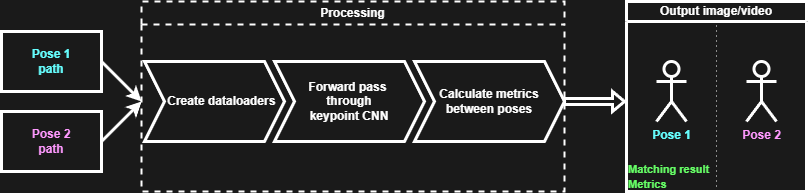
Before: examples/images/arch.png, a diagram exported from draw.io (ScReameer/Poses-similarity). Source tidied: cells renumbered, new cells last; positions are measured from the earlier drawing's top-left corner, leaving out a move shared by most shapes. Source of this version:
```xml
<mxGraphModel background="#1A1A1A">
  <root>
    <mxCell id="0" />
    <mxCell id="1" parent="0" />
    <mxCell id="2" style="edgeStyle=none;html=1;exitX=1;exitY=0.5;exitDx=0;exitDy=0;strokeWidth=3;rounded=0;strokeColor=#FFFFFF;" parent="1" edge="1" source="3">
      <mxGeometry relative="1" as="geometry">
        <mxPoint x="140" y="100" as="targetPoint" />
      </mxGeometry>
    </mxCell>
    <mxCell id="3" value="&lt;font color=&quot;#66ffff&quot;&gt;&lt;b&gt;Pose 1&lt;br&gt;path&lt;/b&gt;&lt;/font&gt;" style="rounded=0;whiteSpace=wrap;html=1;strokeWidth=3;fillColor=none;strokeColor=#FFFFFF;" parent="1" vertex="1">
      <mxGeometry y="30" width="100" height="60" as="geometry" />
    </mxCell>
    <mxCell id="4" style="edgeStyle=none;html=1;exitX=1;exitY=0.5;exitDx=0;exitDy=0;strokeWidth=3;rounded=0;strokeColor=#FFFFFF;" parent="1" edge="1" source="5">
      <mxGeometry relative="1" as="geometry">
        <mxPoint x="140" y="100" as="targetPoint" />
      </mxGeometry>
    </mxCell>
    <mxCell id="5" value="&lt;font color=&quot;#ff99ff&quot;&gt;&lt;b&gt;Pose 2&lt;br&gt;path&lt;/b&gt;&lt;/font&gt;" style="rounded=0;whiteSpace=wrap;html=1;strokeWidth=3;fillColor=none;strokeColor=#FFFFFF;" parent="1" vertex="1">
      <mxGeometry y="110" width="100" height="60" as="geometry" />
    </mxCell>
    <mxCell id="6" value="&lt;font color=&quot;#ffffff&quot;&gt;Processing&lt;/font&gt;" style="swimlane;whiteSpace=wrap;html=1;strokeColor=#FFFFFF;strokeWidth=2;fillColor=none;rounded=0;dashed=1;" parent="1" vertex="1">
      <mxGeometry x="140" width="423" height="190" as="geometry" />
    </mxCell>
    <mxCell id="7" value="&lt;b&gt;&lt;font color=&quot;#ffffff&quot;&gt;Create dataloaders&amp;nbsp;&amp;nbsp;&lt;/font&gt;&lt;/b&gt;" style="shape=step;perimeter=stepPerimeter;whiteSpace=wrap;html=1;fixedSize=1;align=right;horizontal=1;verticalAlign=middle;fillColor=none;strokeWidth=3;rounded=0;strokeColor=#FFFFFF;" parent="6" vertex="1">
      <mxGeometry x="3" y="60" width="140" height="80" as="geometry" />
    </mxCell>
    <mxCell id="8" value="&lt;div style=&quot;&quot;&gt;&lt;span style=&quot;background-color: initial;&quot;&gt;&lt;b&gt;&lt;font color=&quot;#ffffff&quot;&gt;Forward pass&amp;nbsp;&lt;/font&gt;&lt;/b&gt;&lt;/span&gt;&lt;/div&gt;&lt;div style=&quot;&quot;&gt;&lt;span style=&quot;background-color: initial;&quot;&gt;&lt;b&gt;&lt;font color=&quot;#ffffff&quot;&gt;through&lt;/font&gt;&lt;/b&gt;&lt;/span&gt;&lt;/div&gt;&lt;div style=&quot;&quot;&gt;&lt;b style=&quot;background-color: initial;&quot;&gt;&lt;font color=&quot;#ffffff&quot;&gt;keypoint CNN&lt;/font&gt;&lt;/b&gt;&lt;/div&gt;" style="shape=step;perimeter=stepPerimeter;whiteSpace=wrap;html=1;fixedSize=1;align=center;horizontal=1;verticalAlign=middle;strokeWidth=3;fillColor=none;rounded=0;strokeColor=#FFFFFF;" parent="6" vertex="1">
      <mxGeometry x="133" y="60" width="150" height="80" as="geometry" />
    </mxCell>
    <mxCell id="9" value="&lt;div style=&quot;&quot;&gt;&lt;b&gt;&lt;font color=&quot;#ffffff&quot;&gt;Calculate metrics&lt;/font&gt;&lt;/b&gt;&lt;/div&gt;&lt;div style=&quot;&quot;&gt;&lt;b&gt;&lt;font color=&quot;#ffffff&quot;&gt;between poses&lt;/font&gt;&lt;/b&gt;&lt;/div&gt;" style="shape=step;perimeter=stepPerimeter;whiteSpace=wrap;html=1;fixedSize=1;align=center;horizontal=1;verticalAlign=middle;strokeWidth=3;fillColor=none;rounded=0;strokeColor=#FFFFFF;" parent="6" vertex="1">
      <mxGeometry x="273" y="60" width="150" height="80" as="geometry" />
    </mxCell>
    <mxCell id="10" value="&lt;font color=&quot;#ffffff&quot;&gt;Output image/video&lt;/font&gt;" style="swimlane;whiteSpace=wrap;html=1;startSize=20;strokeWidth=3;fillColor=none;rounded=0;strokeColor=#FFFFFF;" parent="1" vertex="1">
      <mxGeometry x="625" width="180" height="190" as="geometry" />
    </mxCell>
    <mxCell id="11" value="&lt;b&gt;Pose 1&lt;/b&gt;" style="shape=umlActor;verticalLabelPosition=bottom;verticalAlign=top;html=1;fontColor=#66FFFF;strokeWidth=3;fillColor=none;rounded=0;strokeColor=#FFFFFF;" parent="10" vertex="1">
      <mxGeometry x="30" y="60" width="30" height="60" as="geometry" />
    </mxCell>
    <mxCell id="12" value="&lt;b&gt;Pose 2&lt;/b&gt;" style="shape=umlActor;verticalLabelPosition=bottom;verticalAlign=top;html=1;fontColor=#FF99FF;strokeWidth=3;fillColor=none;rounded=0;strokeColor=#FFFFFF;" parent="10" vertex="1">
      <mxGeometry x="120" y="60" width="30" height="60" as="geometry" />
    </mxCell>
    <mxCell id="13" value="&lt;b style=&quot;font-size: 11px;&quot;&gt;Matching result&lt;br&gt;Metrics&lt;/b&gt;" style="text;html=1;strokeColor=none;fillColor=none;align=left;verticalAlign=middle;whiteSpace=wrap;rounded=0;fontColor=#66FF66;" parent="10" vertex="1">
      <mxGeometry y="160" width="110" height="30" as="geometry" />
    </mxCell>
    <mxCell id="14" style="endArrow=none;html=1;fontColor=#FF99FF;rounded=0;dashed=1;dashPattern=1 4;strokeColor=#FFFFFF;" parent="10" edge="1">
      <mxGeometry relative="1" as="geometry">
        <mxPoint x="90" y="190" as="sourcePoint" />
        <mxPoint x="90" y="20" as="targetPoint" />
        <Array as="points">
          <mxPoint x="90" y="100" />
        </Array>
      </mxGeometry>
    </mxCell>
    <mxCell id="15" style="shape=singleArrow;whiteSpace=wrap;html=1;fontColor=#FF99FF;strokeWidth=3;fillColor=none;rounded=0;strokeColor=#FFFFFF;" parent="1" vertex="1">
      <mxGeometry x="563" y="90" width="60" height="20" as="geometry" />
    </mxCell>
  </root>
</mxGraphModel>
```
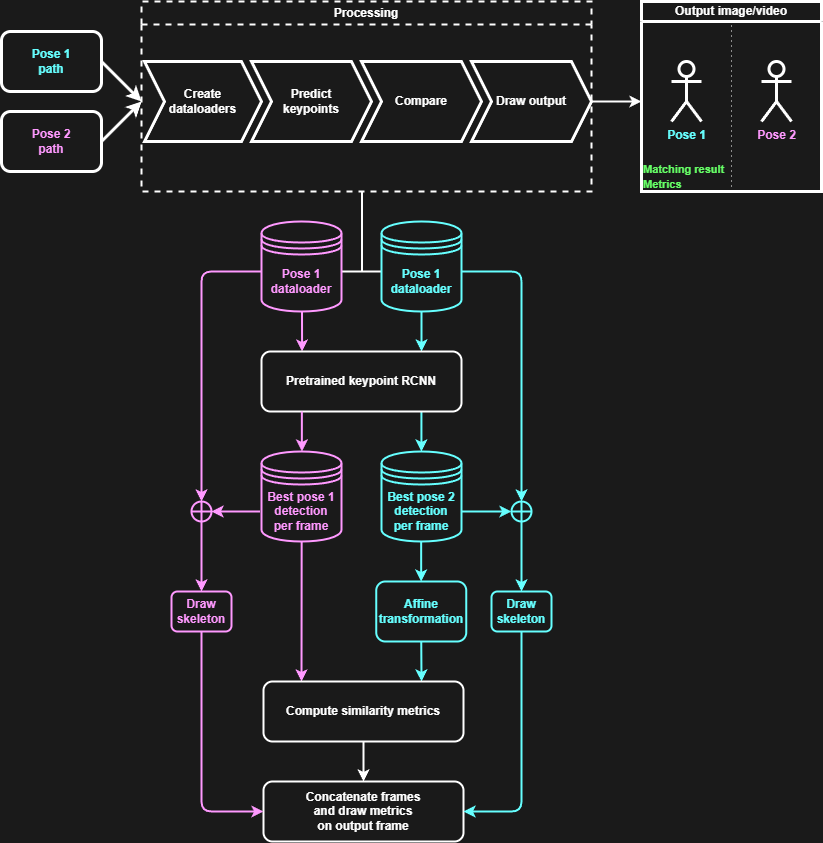
Later version of the same file.

Commit message:
changed architecture img

Change to the diagram source:
```diff
@@ -7,7 +7,7 @@
         <mxPoint x="140" y="100" as="targetPoint" />
       </mxGeometry>
     </mxCell>
-    <mxCell id="3" value="&lt;font color=&quot;#66ffff&quot;&gt;&lt;b&gt;Pose 1&lt;br&gt;path&lt;/b&gt;&lt;/font&gt;" style="rounded=0;whiteSpace=wrap;html=1;strokeWidth=3;fillColor=none;strokeColor=#FFFFFF;" parent="1" vertex="1">
+    <mxCell id="3" value="&lt;font color=&quot;#66ffff&quot;&gt;&lt;b&gt;Pose 1&lt;br&gt;path&lt;/b&gt;&lt;/font&gt;" style="rounded=1;whiteSpace=wrap;html=1;strokeWidth=3;fillColor=none;strokeColor=#FFFFFF;glass=0;" parent="1" vertex="1">
       <mxGeometry y="30" width="100" height="60" as="geometry" />
     </mxCell>
     <mxCell id="4" style="edgeStyle=none;html=1;exitX=1;exitY=0.5;exitDx=0;exitDy=0;strokeWidth=3;rounded=0;strokeColor=#FFFFFF;" parent="1" edge="1" source="5">
@@ -15,23 +15,26 @@
         <mxPoint x="140" y="100" as="targetPoint" />
       </mxGeometry>
     </mxCell>
-    <mxCell id="5" value="&lt;font color=&quot;#ff99ff&quot;&gt;&lt;b&gt;Pose 2&lt;br&gt;path&lt;/b&gt;&lt;/font&gt;" style="rounded=0;whiteSpace=wrap;html=1;strokeWidth=3;fillColor=none;strokeColor=#FFFFFF;" parent="1" vertex="1">
+    <mxCell id="5" value="&lt;font color=&quot;#ff99ff&quot;&gt;&lt;b&gt;Pose 2&lt;br&gt;path&lt;/b&gt;&lt;/font&gt;" style="rounded=1;whiteSpace=wrap;html=1;strokeWidth=3;fillColor=none;strokeColor=#FFFFFF;" parent="1" vertex="1">
       <mxGeometry y="110" width="100" height="60" as="geometry" />
     </mxCell>
     <mxCell id="6" value="&lt;font color=&quot;#ffffff&quot;&gt;Processing&lt;/font&gt;" style="swimlane;whiteSpace=wrap;html=1;strokeColor=#FFFFFF;strokeWidth=2;fillColor=none;rounded=0;dashed=1;" parent="1" vertex="1">
-      <mxGeometry x="140" width="423" height="190" as="geometry" />
+      <mxGeometry x="140" width="450" height="190" as="geometry" />
     </mxCell>
-    <mxCell id="7" value="&lt;b&gt;&lt;font color=&quot;#ffffff&quot;&gt;Create dataloaders&amp;nbsp;&amp;nbsp;&lt;/font&gt;&lt;/b&gt;" style="shape=step;perimeter=stepPerimeter;whiteSpace=wrap;html=1;fixedSize=1;align=right;horizontal=1;verticalAlign=middle;fillColor=none;strokeWidth=3;rounded=0;strokeColor=#FFFFFF;" parent="6" vertex="1">
-      <mxGeometry x="3" y="60" width="140" height="80" as="geometry" />
+    <mxCell id="7" value="&lt;b&gt;&lt;font color=&quot;#ffffff&quot;&gt;Create&lt;br&gt;dataloaders&lt;/font&gt;&lt;/b&gt;" style="shape=step;perimeter=stepPerimeter;whiteSpace=wrap;html=1;fixedSize=1;align=center;horizontal=1;verticalAlign=middle;fillColor=none;strokeWidth=3;rounded=0;strokeColor=#FFFFFF;" parent="6" vertex="1">
+      <mxGeometry x="3" y="60" width="117" height="80" as="geometry" />
     </mxCell>
-    <mxCell id="8" value="&lt;div style=&quot;&quot;&gt;&lt;span style=&quot;background-color: initial;&quot;&gt;&lt;b&gt;&lt;font color=&quot;#ffffff&quot;&gt;Forward pass&amp;nbsp;&lt;/font&gt;&lt;/b&gt;&lt;/span&gt;&lt;/div&gt;&lt;div style=&quot;&quot;&gt;&lt;span style=&quot;background-color: initial;&quot;&gt;&lt;b&gt;&lt;font color=&quot;#ffffff&quot;&gt;through&lt;/font&gt;&lt;/b&gt;&lt;/span&gt;&lt;/div&gt;&lt;div style=&quot;&quot;&gt;&lt;b style=&quot;background-color: initial;&quot;&gt;&lt;font color=&quot;#ffffff&quot;&gt;keypoint CNN&lt;/font&gt;&lt;/b&gt;&lt;/div&gt;" style="shape=step;perimeter=stepPerimeter;whiteSpace=wrap;html=1;fixedSize=1;align=center;horizontal=1;verticalAlign=middle;strokeWidth=3;fillColor=none;rounded=0;strokeColor=#FFFFFF;" parent="6" vertex="1">
-      <mxGeometry x="133" y="60" width="150" height="80" as="geometry" />
+    <mxCell id="8" value="&lt;div style=&quot;&quot;&gt;&lt;font color=&quot;#ffffff&quot;&gt;&lt;b&gt;Predict&lt;/b&gt;&lt;/font&gt;&lt;/div&gt;&lt;div style=&quot;&quot;&gt;&lt;font color=&quot;#ffffff&quot;&gt;&lt;b&gt;keypoints&lt;/b&gt;&lt;/font&gt;&lt;/div&gt;" style="shape=step;perimeter=stepPerimeter;whiteSpace=wrap;html=1;fixedSize=1;align=center;horizontal=1;verticalAlign=middle;strokeWidth=3;fillColor=none;rounded=0;strokeColor=#FFFFFF;" parent="6" vertex="1">
+      <mxGeometry x="110" y="60" width="120" height="80" as="geometry" />
     </mxCell>
-    <mxCell id="9" value="&lt;div style=&quot;&quot;&gt;&lt;b&gt;&lt;font color=&quot;#ffffff&quot;&gt;Calculate metrics&lt;/font&gt;&lt;/b&gt;&lt;/div&gt;&lt;div style=&quot;&quot;&gt;&lt;b&gt;&lt;font color=&quot;#ffffff&quot;&gt;between poses&lt;/font&gt;&lt;/b&gt;&lt;/div&gt;" style="shape=step;perimeter=stepPerimeter;whiteSpace=wrap;html=1;fixedSize=1;align=center;horizontal=1;verticalAlign=middle;strokeWidth=3;fillColor=none;rounded=0;strokeColor=#FFFFFF;" parent="6" vertex="1">
-      <mxGeometry x="273" y="60" width="150" height="80" as="geometry" />
+    <mxCell id="9" value="&lt;div style=&quot;&quot;&gt;&lt;font color=&quot;#ffffff&quot;&gt;&lt;b&gt;Compare&lt;/b&gt;&lt;/font&gt;&lt;/div&gt;" style="shape=step;perimeter=stepPerimeter;whiteSpace=wrap;html=1;fixedSize=1;align=center;horizontal=1;verticalAlign=middle;strokeWidth=3;fillColor=none;rounded=0;strokeColor=#FFFFFF;" parent="6" vertex="1">
+      <mxGeometry x="220" y="60" width="120" height="80" as="geometry" />
     </mxCell>
+    <mxCell id="16" value="&lt;div style=&quot;&quot;&gt;&lt;font color=&quot;#ffffff&quot;&gt;&lt;b&gt;Draw output&lt;/b&gt;&lt;/font&gt;&lt;/div&gt;" style="shape=step;perimeter=stepPerimeter;whiteSpace=wrap;html=1;fixedSize=1;align=center;horizontal=1;verticalAlign=middle;strokeWidth=3;fillColor=none;rounded=0;strokeColor=#FFFFFF;" parent="6" vertex="1">
+      <mxGeometry x="330" y="60" width="120" height="80" as="geometry" />
+    </mxCell>
     <mxCell id="10" value="&lt;font color=&quot;#ffffff&quot;&gt;Output image/video&lt;/font&gt;" style="swimlane;whiteSpace=wrap;html=1;startSize=20;strokeWidth=3;fillColor=none;rounded=0;strokeColor=#FFFFFF;" parent="1" vertex="1">
-      <mxGeometry x="625" width="180" height="190" as="geometry" />
+      <mxGeometry x="640" width="180" height="190" as="geometry" />
     </mxCell>
     <mxCell id="11" value="&lt;b&gt;Pose 1&lt;/b&gt;" style="shape=umlActor;verticalLabelPosition=bottom;verticalAlign=top;html=1;fontColor=#66FFFF;strokeWidth=3;fillColor=none;rounded=0;strokeColor=#FFFFFF;" parent="10" vertex="1">
       <mxGeometry x="30" y="60" width="30" height="60" as="geometry" />
@@ -51,8 +54,142 @@
         </Array>
       </mxGeometry>
     </mxCell>
-    <mxCell id="15" style="shape=singleArrow;whiteSpace=wrap;html=1;fontColor=#FF99FF;strokeWidth=3;fillColor=none;rounded=0;strokeColor=#FFFFFF;" parent="1" vertex="1">
-      <mxGeometry x="563" y="90" width="60" height="20" as="geometry" />
-    </mxCell>
+    <mxCell id="17" style="line;strokeWidth=2;direction=south;html=1;fillColor=none;strokeColor=#FFFFFF;" parent="1" vertex="1">
+      <mxGeometry x="355.5" y="190" width="10" height="80" as="geometry" />
+    </mxCell>
+    <mxCell id="18" style="edgeStyle=none;html=1;exitX=0.5;exitY=1;exitDx=0;exitDy=0;exitPerimeter=0;strokeColor=#FF99FF;fontColor=#FF99FF;endArrow=classic;endFill=1;strokeWidth=2;" parent="1" edge="1">
+      <mxGeometry relative="1" as="geometry">
+        <mxPoint x="300.5" y="310" as="sourcePoint" />
+        <mxPoint x="300.6" y="350" as="targetPoint" />
+      </mxGeometry>
+    </mxCell>
+    <mxCell id="19" style="edgeStyle=none;html=1;exitX=0.5;exitY=1;exitDx=0;exitDy=0;exitPerimeter=0;strokeColor=#66FFFF;fontColor=#FF99FF;endArrow=classic;endFill=1;strokeWidth=2;" parent="1" edge="1">
+      <mxGeometry relative="1" as="geometry">
+        <mxPoint x="420" y="310" as="sourcePoint" />
+        <mxPoint x="420" y="350" as="targetPoint" />
+      </mxGeometry>
+    </mxCell>
+    <mxCell id="20" style="line;strokeWidth=2;html=1;fontColor=#FF99FF;fillColor=none;strokeColor=#FFFFFF;" parent="1" vertex="1">
+      <mxGeometry x="340" y="265" width="40" height="10" as="geometry" />
+    </mxCell>
+    <mxCell id="21" style="edgeStyle=none;html=1;exitX=0.5;exitY=1;exitDx=0;exitDy=0;exitPerimeter=0;strokeColor=#66FFFF;fontColor=#FF99FF;endArrow=classic;endFill=1;strokeWidth=2;" parent="1" edge="1">
+      <mxGeometry relative="1" as="geometry">
+        <mxPoint x="419.9" y="410" as="sourcePoint" />
+        <mxPoint x="419.9" y="450" as="targetPoint" />
+      </mxGeometry>
+    </mxCell>
+    <mxCell id="22" value="&lt;b&gt;Pretrained keypoint RCNN&lt;/b&gt;" style="rounded=1;whiteSpace=wrap;html=1;strokeWidth=2;fontColor=#FFFFFF;fillColor=none;strokeColor=#FFFFFF;" parent="1" vertex="1">
+      <mxGeometry x="260" y="350" width="200" height="60" as="geometry" />
+    </mxCell>
+    <mxCell id="23" style="edgeStyle=none;html=1;exitX=0.5;exitY=1;exitDx=0;exitDy=0;exitPerimeter=0;strokeColor=#FF99FF;fontColor=#FF99FF;endArrow=classic;endFill=1;strokeWidth=2;" parent="1" edge="1">
+      <mxGeometry relative="1" as="geometry">
+        <mxPoint x="300.4" y="410" as="sourcePoint" />
+        <mxPoint x="300.4" y="450" as="targetPoint" />
+      </mxGeometry>
+    </mxCell>
+    <mxCell id="24" style="edgeStyle=none;html=1;exitX=0;exitY=0;exitDx=0;exitDy=60;exitPerimeter=0;entryX=1;entryY=0.5;entryDx=0;entryDy=0;strokeColor=#FF99FF;strokeWidth=2;fontColor=#66FFFF;endArrow=classic;endFill=1;" parent="1" edge="1" target="33">
+      <mxGeometry relative="1" as="geometry">
+        <mxPoint x="258.5" y="510" as="sourcePoint" />
+      </mxGeometry>
+    </mxCell>
+    <mxCell id="25" style="edgeStyle=none;html=1;exitX=1;exitY=0;exitDx=0;exitDy=60;exitPerimeter=0;entryX=0;entryY=0.5;entryDx=0;entryDy=0;strokeColor=#66FFFF;strokeWidth=2;fontColor=#66FFFF;endArrow=classic;endFill=1;" parent="1" edge="1" target="35">
+      <mxGeometry relative="1" as="geometry">
+        <mxPoint x="460" y="510" as="sourcePoint" />
+      </mxGeometry>
+    </mxCell>
+    <mxCell id="26" style="edgeStyle=none;html=1;exitX=0.5;exitY=1;exitDx=0;exitDy=0;exitPerimeter=0;strokeColor=#66FFFF;fontColor=#FF99FF;endArrow=classic;endFill=1;strokeWidth=2;" parent="1" edge="1">
+      <mxGeometry relative="1" as="geometry">
+        <mxPoint x="419.7" y="540" as="sourcePoint" />
+        <mxPoint x="419.7" y="580" as="targetPoint" />
+      </mxGeometry>
+    </mxCell>
+    <mxCell id="27" style="edgeStyle=none;html=1;exitX=0.5;exitY=1;exitDx=0;exitDy=0;exitPerimeter=0;strokeColor=#FF99FF;fontColor=#FF99FF;endArrow=classic;endFill=1;strokeWidth=2;" parent="1" edge="1">
+      <mxGeometry relative="1" as="geometry">
+        <mxPoint x="300.2" y="540" as="sourcePoint" />
+        <mxPoint x="300" y="680" as="targetPoint" />
+      </mxGeometry>
+    </mxCell>
+    <mxCell id="28" style="edgeStyle=none;html=1;exitX=0.5;exitY=1;exitDx=0;exitDy=0;strokeColor=#66FFFF;fontColor=#FF99FF;endArrow=classic;endFill=1;strokeWidth=2;" parent="1" edge="1" source="39">
+      <mxGeometry relative="1" as="geometry">
+        <mxPoint x="420" y="680" as="targetPoint" />
+      </mxGeometry>
+    </mxCell>
+    <mxCell id="29" style="edgeStyle=none;html=1;strokeColor=#FFFFFF;strokeWidth=2;fontColor=#66FFFF;endArrow=classic;endFill=1;" parent="1" edge="1" source="30" target="36">
+      <mxGeometry relative="1" as="geometry" />
+    </mxCell>
+    <mxCell id="30" value="&lt;b&gt;Compute similarity metrics&lt;/b&gt;" style="rounded=1;whiteSpace=wrap;html=1;strokeWidth=2;fontColor=#FFFFFF;fillColor=none;strokeColor=#FFFFFF;" parent="1" vertex="1">
+      <mxGeometry x="262" y="680" width="200" height="60" as="geometry" />
+    </mxCell>
+    <mxCell id="31" style="edgeStyle=none;html=1;exitX=0;exitY=0.556;exitDx=0;exitDy=0;entryX=0.5;entryY=0;entryDx=0;entryDy=0;strokeColor=#FF99FF;strokeWidth=2;fontColor=#66FFFF;endArrow=classic;endFill=1;exitPerimeter=0;" parent="1" edge="1" source="43" target="33">
+      <mxGeometry relative="1" as="geometry">
+        <Array as="points">
+          <mxPoint x="200" y="270" />
+        </Array>
+      </mxGeometry>
+    </mxCell>
+    <mxCell id="32" style="edgeStyle=none;html=1;entryX=0.5;entryY=0;entryDx=0;entryDy=0;strokeColor=#66FFFF;strokeWidth=2;fontColor=#66FFFF;endArrow=classic;endFill=1;exitX=1;exitY=0.556;exitDx=0;exitDy=0;exitPerimeter=0;" parent="1" edge="1" source="44" target="35">
+      <mxGeometry relative="1" as="geometry">
+        <Array as="points">
+          <mxPoint x="520" y="270" />
+        </Array>
+      </mxGeometry>
+    </mxCell>
+    <mxCell id="33" style="shape=orEllipse;perimeter=ellipsePerimeter;whiteSpace=wrap;html=1;backgroundOutline=1;strokeWidth=2;fontColor=#66FFFF;fillColor=none;strokeColor=#FF99FF;" parent="1" vertex="1">
+      <mxGeometry x="190" y="500" width="20" height="20" as="geometry" />
+    </mxCell>
+    <mxCell id="34" style="edgeStyle=none;html=1;exitX=0.5;exitY=1;exitDx=0;exitDy=0;entryX=0.5;entryY=0;entryDx=0;entryDy=0;strokeColor=#66FFFF;strokeWidth=2;fontColor=#66FFFF;endArrow=classic;endFill=1;" parent="1" edge="1" source="35" target="38">
+      <mxGeometry relative="1" as="geometry" />
+    </mxCell>
+    <mxCell id="35" style="shape=orEllipse;perimeter=ellipsePerimeter;whiteSpace=wrap;html=1;backgroundOutline=1;strokeWidth=2;fontColor=#66FFFF;fillColor=none;strokeColor=#66FFFF;" parent="1" vertex="1">
+      <mxGeometry x="510" y="500" width="20" height="20" as="geometry" />
+    </mxCell>
+    <mxCell id="36" value="&lt;b&gt;Concatenate frames&lt;br&gt;and draw metrics&lt;br&gt;on output frame&lt;br&gt;&lt;/b&gt;" style="rounded=1;whiteSpace=wrap;html=1;strokeWidth=2;fontColor=#FFFFFF;fillColor=none;strokeColor=#FFFFFF;" parent="1" vertex="1">
+      <mxGeometry x="262" y="780" width="200" height="60" as="geometry" />
+    </mxCell>
+    <mxCell id="37" style="edgeStyle=none;html=1;exitX=0.5;exitY=1;exitDx=0;exitDy=0;strokeColor=#66FFFF;strokeWidth=2;fontColor=#66FFFF;endArrow=classic;endFill=1;entryX=1;entryY=0.5;entryDx=0;entryDy=0;" parent="1" edge="1" source="38" target="36">
+      <mxGeometry relative="1" as="geometry">
+        <Array as="points">
+          <mxPoint x="520" y="810" />
+        </Array>
+      </mxGeometry>
+    </mxCell>
+    <mxCell id="38" value="&lt;b&gt;Draw&lt;/b&gt;&lt;br&gt;&lt;b&gt;skeleton&lt;/b&gt;" style="rounded=1;whiteSpace=wrap;html=1;strokeColor=#66FFFF;strokeWidth=2;fontColor=#66FFFF;fillColor=none;" parent="1" vertex="1">
+      <mxGeometry x="490" y="590" width="60" height="40" as="geometry" />
+    </mxCell>
+    <mxCell id="39" value="&lt;b&gt;Affine&lt;br&gt;transformation&lt;/b&gt;" style="rounded=1;whiteSpace=wrap;html=1;strokeColor=#66FFFF;strokeWidth=2;fontColor=#66FFFF;fillColor=none;" parent="1" vertex="1">
+      <mxGeometry x="374.8" y="580" width="90" height="60" as="geometry" />
+    </mxCell>
+    <mxCell id="40" style="edgeStyle=none;html=1;exitX=0.5;exitY=1;exitDx=0;exitDy=0;entryX=0.5;entryY=0;entryDx=0;entryDy=0;strokeColor=#FF99FF;strokeWidth=2;fontColor=#66FFFF;endArrow=classic;endFill=1;" parent="1" edge="1" target="42">
+      <mxGeometry relative="1" as="geometry">
+        <mxPoint x="200" y="520" as="sourcePoint" />
+      </mxGeometry>
+    </mxCell>
+    <mxCell id="41" style="edgeStyle=none;html=1;exitX=0.5;exitY=1;exitDx=0;exitDy=0;entryX=0;entryY=0.5;entryDx=0;entryDy=0;strokeColor=#FF99FF;strokeWidth=2;fontColor=#66FFFF;endArrow=classic;endFill=1;" parent="1" edge="1" source="42" target="36">
+      <mxGeometry relative="1" as="geometry">
+        <Array as="points">
+          <mxPoint x="200" y="810" />
+        </Array>
+      </mxGeometry>
+    </mxCell>
+    <mxCell id="42" value="&lt;font color=&quot;#ff99ff&quot;&gt;&lt;b&gt;Draw&lt;/b&gt;&lt;br&gt;&lt;b&gt;skeleton&lt;/b&gt;&lt;/font&gt;" style="rounded=1;whiteSpace=wrap;html=1;strokeColor=#FF99FF;strokeWidth=2;fontColor=#66FFFF;fillColor=none;" parent="1" vertex="1">
+      <mxGeometry x="170" y="590" width="60" height="40" as="geometry" />
+    </mxCell>
+    <mxCell id="43" value="&lt;b&gt;Pose 1&lt;br&gt;dataloader&lt;/b&gt;" style="shape=datastore;whiteSpace=wrap;html=1;strokeColor=#FF99FF;strokeWidth=2;fontColor=#FF99FF;fillColor=none;" parent="1" vertex="1">
+      <mxGeometry x="260" y="220" width="80" height="90" as="geometry" />
+    </mxCell>
+    <mxCell id="44" value="&lt;b&gt;&lt;font color=&quot;#66ffff&quot;&gt;Pose 1&lt;br&gt;dataloader&lt;/font&gt;&lt;/b&gt;" style="shape=datastore;whiteSpace=wrap;html=1;strokeColor=#66FFFF;strokeWidth=2;fontColor=#FF99FF;fillColor=none;" parent="1" vertex="1">
+      <mxGeometry x="380" y="220" width="80" height="90" as="geometry" />
+    </mxCell>
+    <mxCell id="45" value="&lt;b&gt;&lt;font color=&quot;#ff99ff&quot;&gt;Best pose 1&lt;br&gt;detection&lt;br&gt;per frame&lt;/font&gt;&lt;/b&gt;" style="shape=datastore;whiteSpace=wrap;html=1;strokeColor=#FF99FF;strokeWidth=2;fontColor=#66FFFF;fillColor=none;" parent="1" vertex="1">
+      <mxGeometry x="260" y="450" width="80" height="90" as="geometry" />
+    </mxCell>
+    <mxCell id="46" value="&lt;b&gt;Best pose 2&lt;br&gt;detection&lt;br&gt;per frame&lt;/b&gt;" style="shape=datastore;whiteSpace=wrap;html=1;strokeColor=#66FFFF;strokeWidth=2;fontColor=#66FFFF;fillColor=none;" parent="1" vertex="1">
+      <mxGeometry x="380" y="450" width="80" height="90" as="geometry" />
+    </mxCell>
+    <mxCell id="47" style="edgeStyle=none;html=1;exitX=1;exitY=0.5;exitDx=0;exitDy=0;strokeColor=#FFFFFF;strokeWidth=2;fontColor=#66FFFF;endArrow=classic;endFill=1;" parent="1" edge="1" source="16">
+      <mxGeometry relative="1" as="geometry">
+        <mxPoint x="640" y="100" as="targetPoint" />
+      </mxGeometry>
+    </mxCell>
   </root>
 </mxGraphModel>
```
